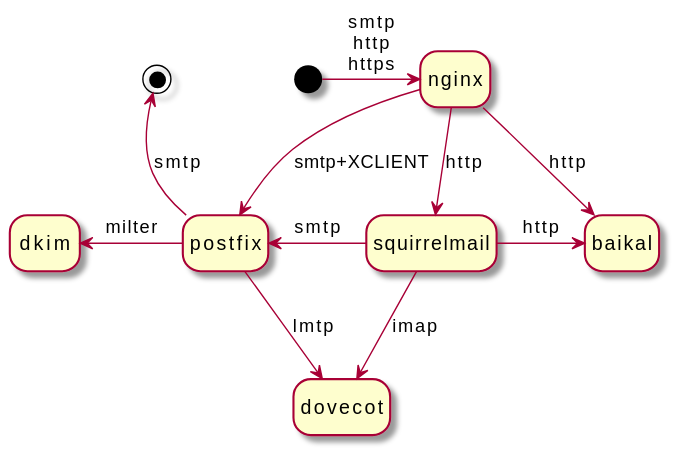
Above: containers.svg in Lex-2008/containers (PlantUML), before the change.
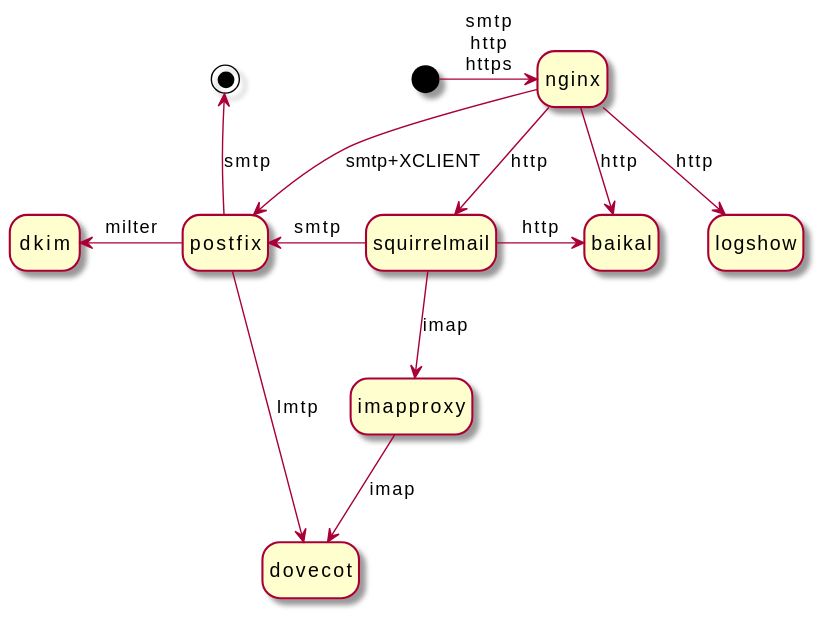
After the change.

Commit message:
add logshow and imapproxy containers to readme

Diff of the diagram source:
```diff
@@ -14,11 +14,15 @@
 state dovecot
 postfix --> dovecot: lmtp
 
+state imapproxy
+imapproxy --> dovecot: imap
+
 state squirrelmail
 squirrelmail -l-> postfix: smtp
-squirrelmail --> dovecot: imap
+squirrelmail --> imapproxy: imap
 squirrelmail -> baikal: http
 nginx --> squirrelmail: http
 
 nginx --> baikal: http
+nginx --> logshow: http
 @enduml
```
